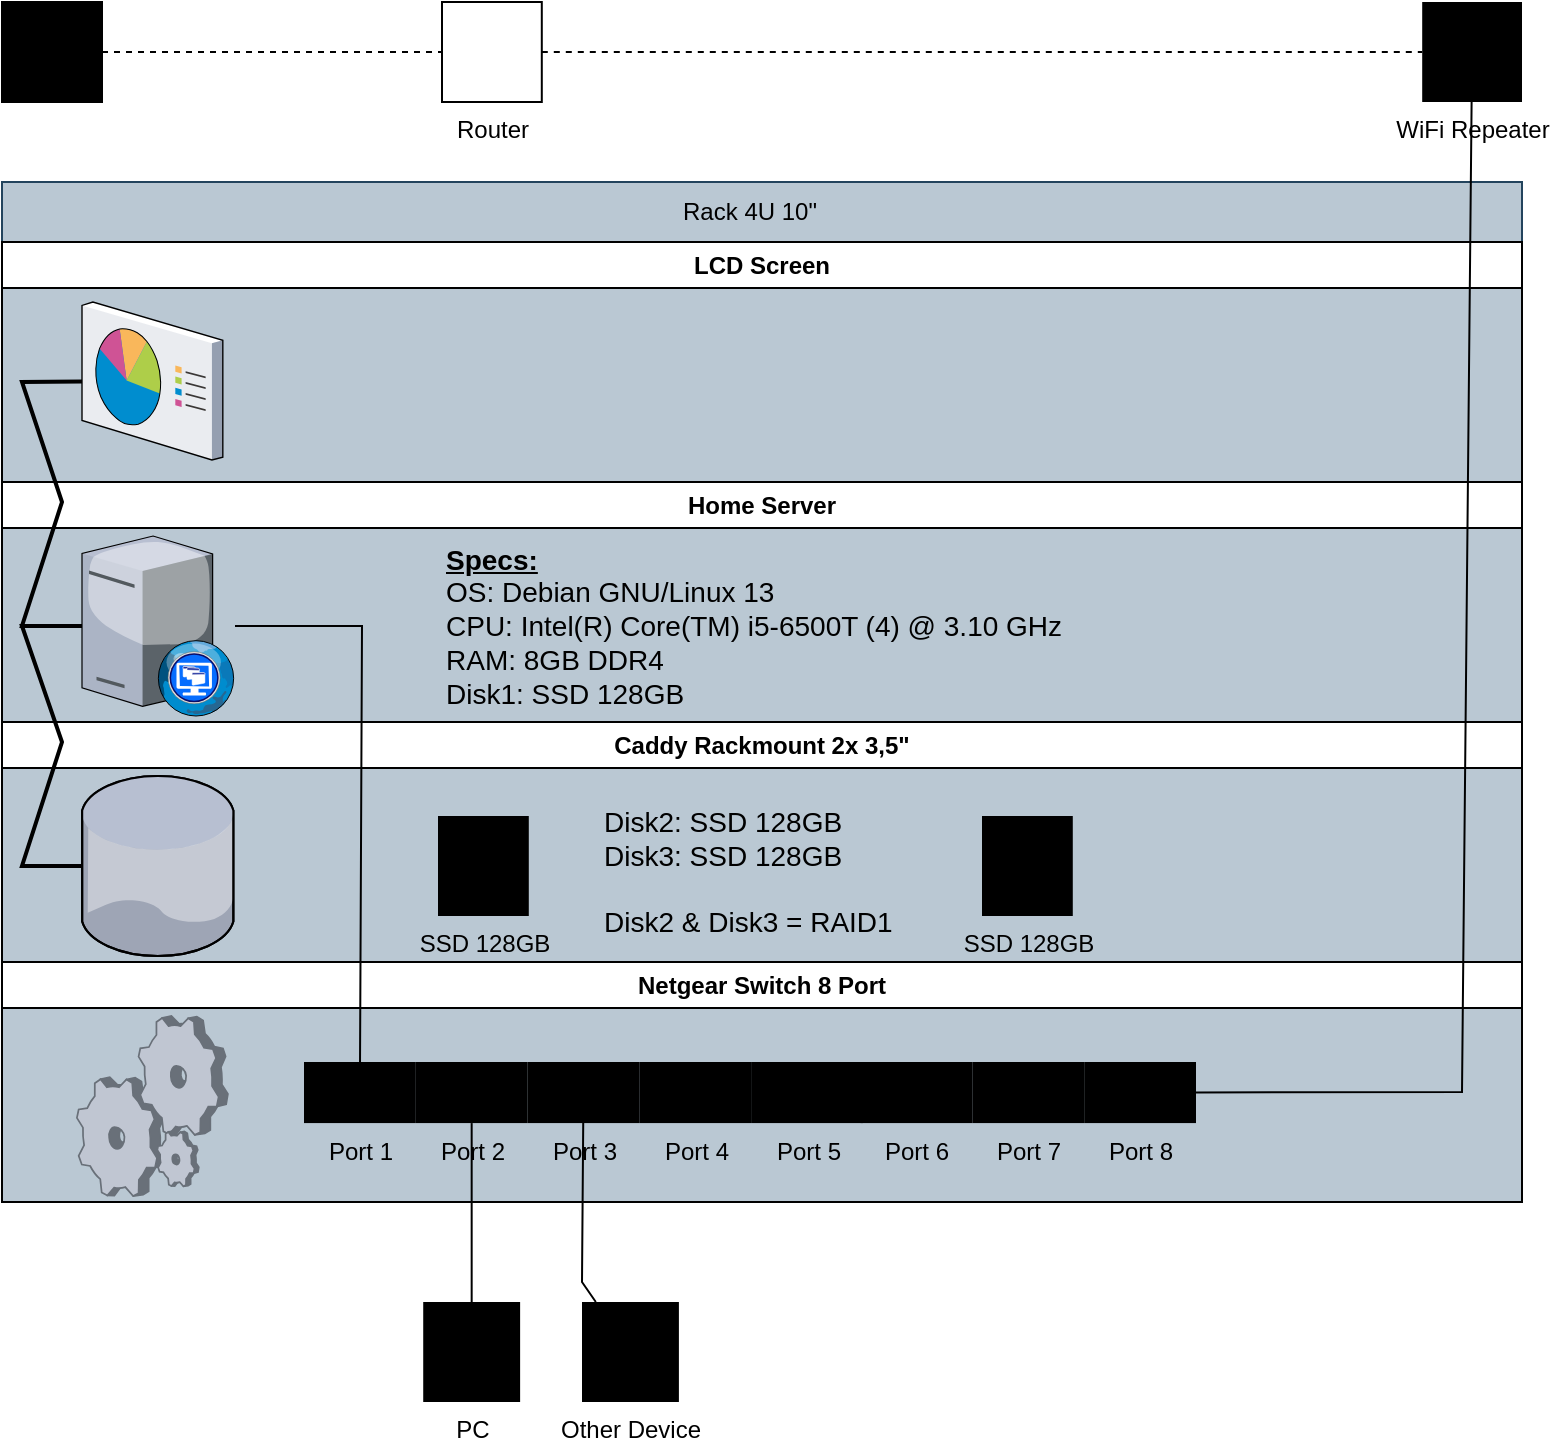
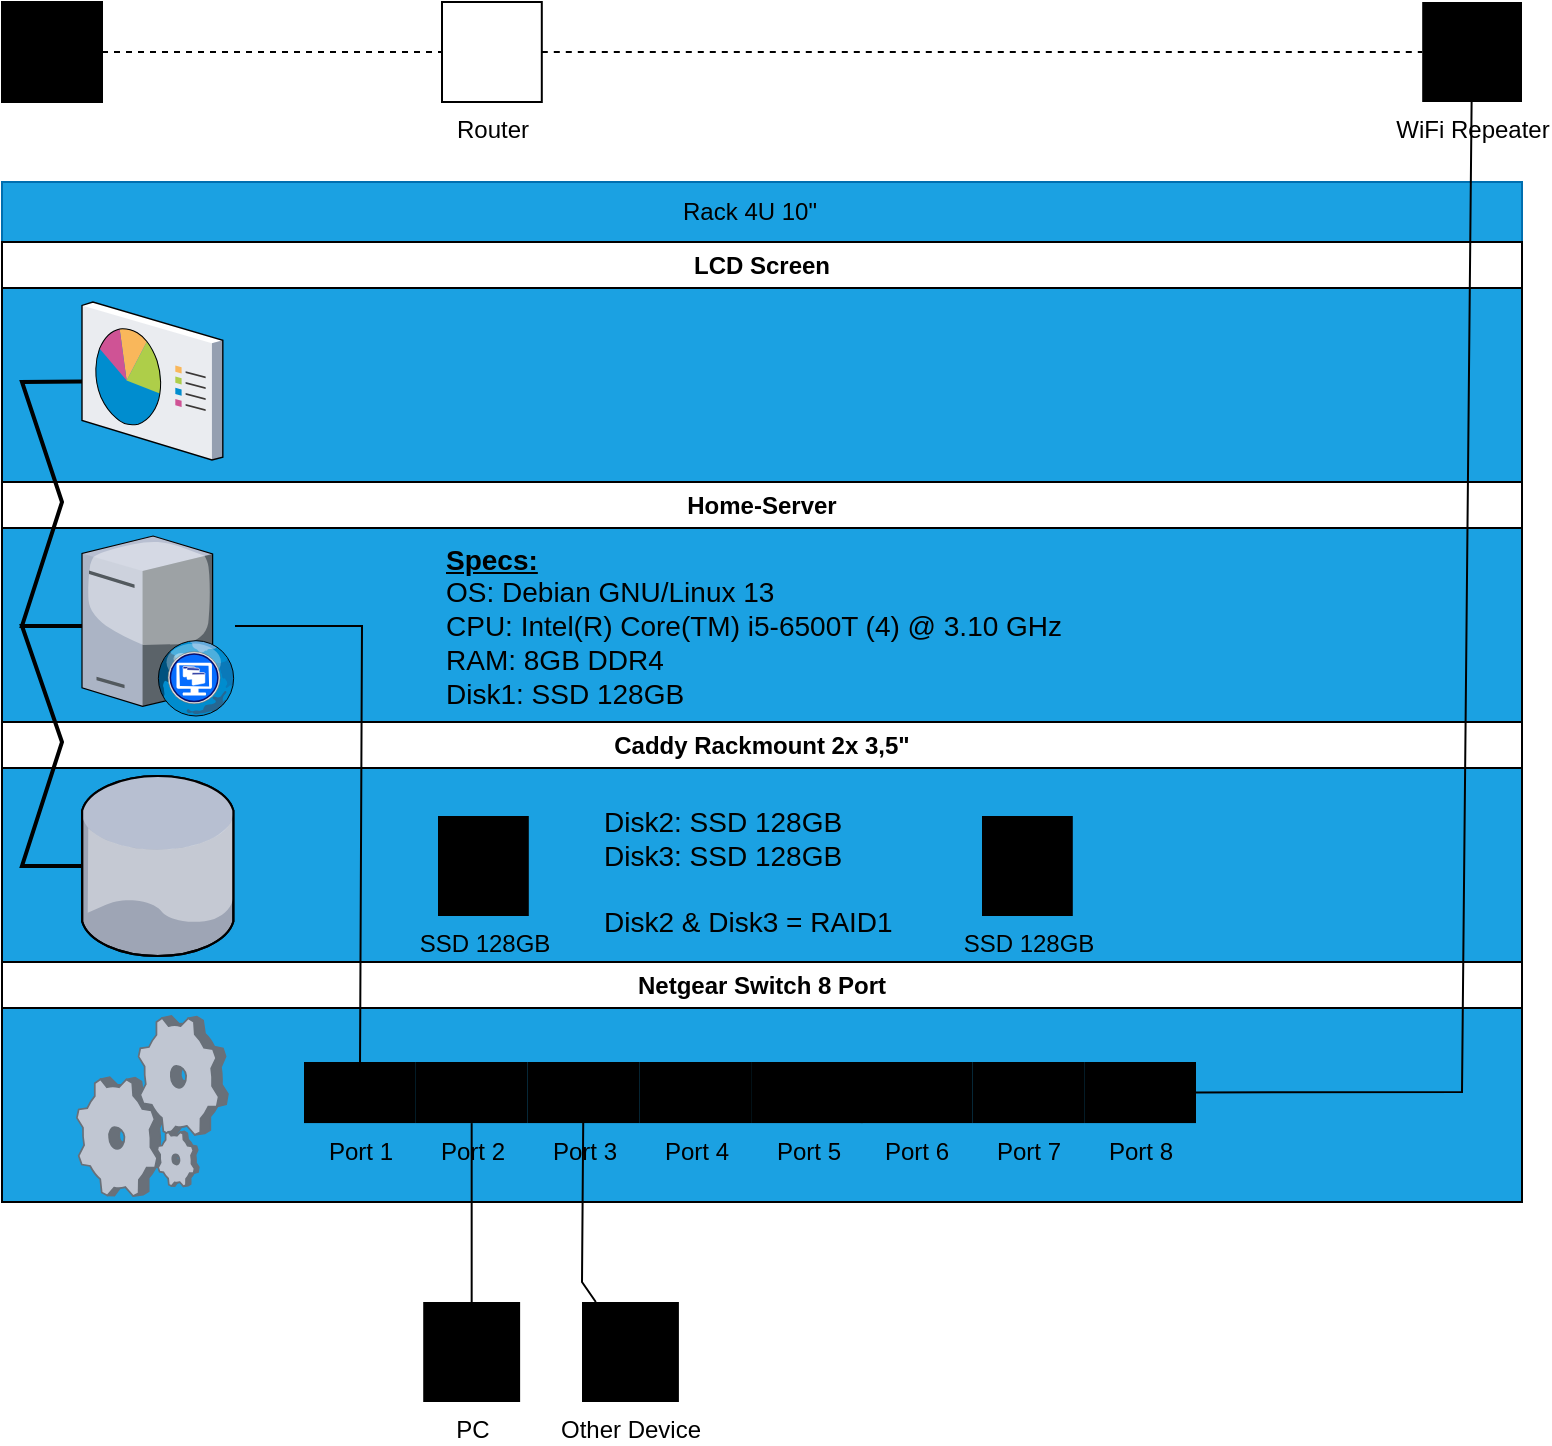
<mxfile host="app.diagrams.net">
  <diagram name="Seite-1" id="EqzyQA0b708fJJy2Lk0X">
-     <mxGraphModel dx="2175" dy="1174" grid="1" gridSize="10" guides="1" tooltips="1" connect="1" arrows="1" fold="1" page="1" pageScale="1" pageWidth="827" pageHeight="1169" math="0" shadow="0">
+     <mxGraphModel dx="1798" dy="976" grid="1" gridSize="10" guides="1" tooltips="1" connect="1" arrows="1" fold="1" page="1" pageScale="1" pageWidth="827" pageHeight="1169" math="0" shadow="0">
      <root>
        <mxCell id="0" />
        <mxCell id="1" parent="0" />
-         <mxCell id="S-QM1ZO3rgH9bVEyRy9v-1" parent="1" style="rounded=0;whiteSpace=wrap;html=1;fillColor=#bac8d3;strokeColor=#23445d;" value="" vertex="1">
+         <mxCell id="S-QM1ZO3rgH9bVEyRy9v-1" parent="1" style="rounded=0;whiteSpace=wrap;html=1;fillColor=#1ba1e2;strokeColor=#006EAF;fontColor=#ffffff;" value="" vertex="1">
          <mxGeometry height="510" width="760" x="40" y="410" as="geometry" />
        </mxCell>
        <mxCell id="S-QM1ZO3rgH9bVEyRy9v-3" parent="1" style="sketch=0;verticalLabelPosition=bottom;sketch=0;aspect=fixed;html=1;verticalAlign=top;align=center;outlineConnect=0;pointerEvents=1;shape=mxgraph.citrix2.wifi_router;" value="Router" vertex="1">
          <mxGeometry height="50" width="49.9" x="260" y="320" as="geometry" />
        </mxCell>
        <mxCell id="S-QM1ZO3rgH9bVEyRy9v-4" parent="1" style="sketch=0;verticalLabelPosition=bottom;sketch=0;aspect=fixed;html=1;verticalAlign=top;strokeColor=light-dark(transparent,#FFFFFF);fillColor=#000000;align=center;outlineConnect=0;pointerEvents=1;shape=mxgraph.citrix2.wifi_router;" value="WiFi Repeater" vertex="1">
          <mxGeometry height="50" width="49.9" x="750.1" y="320" as="geometry" />
        </mxCell>
        <mxCell id="S-QM1ZO3rgH9bVEyRy9v-15" connectable="0" parent="1" style="group" value="" vertex="1">
          <mxGeometry height="50" width="446" x="191" y="850" as="geometry" />
        </mxCell>
        <mxCell id="S-QM1ZO3rgH9bVEyRy9v-5" parent="S-QM1ZO3rgH9bVEyRy9v-15" style="sketch=0;verticalLabelPosition=bottom;sketch=0;aspect=fixed;html=1;verticalAlign=top;strokeColor=none;fillColor=#000000;align=center;outlineConnect=0;pointerEvents=1;shape=mxgraph.citrix2.bridge;" value="Port 1" vertex="1">
          <mxGeometry height="30.538145363408525" width="55.88972431077694" as="geometry" />
        </mxCell>
        <mxCell id="S-QM1ZO3rgH9bVEyRy9v-6" parent="S-QM1ZO3rgH9bVEyRy9v-15" style="sketch=0;verticalLabelPosition=bottom;sketch=0;aspect=fixed;html=1;verticalAlign=top;strokeColor=none;fillColor=#000000;align=center;outlineConnect=0;pointerEvents=1;shape=mxgraph.citrix2.bridge;" value="Port 2" vertex="1">
          <mxGeometry height="30.538145363408525" width="55.88972431077694" x="55.88972431077694" as="geometry" />
        </mxCell>
        <mxCell id="S-QM1ZO3rgH9bVEyRy9v-9" parent="S-QM1ZO3rgH9bVEyRy9v-15" style="sketch=0;verticalLabelPosition=bottom;sketch=0;aspect=fixed;html=1;verticalAlign=top;strokeColor=none;fillColor=#000000;align=center;outlineConnect=0;pointerEvents=1;shape=mxgraph.citrix2.bridge;" value="Port 3" vertex="1">
          <mxGeometry height="30.538145363408525" width="55.88972431077694" x="111.77944862155388" as="geometry" />
        </mxCell>
        <mxCell id="S-QM1ZO3rgH9bVEyRy9v-10" parent="S-QM1ZO3rgH9bVEyRy9v-15" style="sketch=0;verticalLabelPosition=bottom;sketch=0;aspect=fixed;html=1;verticalAlign=top;strokeColor=none;fillColor=#000000;align=center;outlineConnect=0;pointerEvents=1;shape=mxgraph.citrix2.bridge;" value="Port 4" vertex="1">
          <mxGeometry height="30.538145363408525" width="55.88972431077694" x="167.66917293233084" as="geometry" />
        </mxCell>
        <mxCell id="S-QM1ZO3rgH9bVEyRy9v-11" parent="S-QM1ZO3rgH9bVEyRy9v-15" style="sketch=0;verticalLabelPosition=bottom;sketch=0;aspect=fixed;html=1;verticalAlign=top;strokeColor=none;fillColor=#000000;align=center;outlineConnect=0;pointerEvents=1;shape=mxgraph.citrix2.bridge;" value="Port 5" vertex="1">
          <mxGeometry height="30.538145363408525" width="55.88972431077694" x="223.55889724310777" as="geometry" />
        </mxCell>
        <mxCell id="S-QM1ZO3rgH9bVEyRy9v-12" parent="S-QM1ZO3rgH9bVEyRy9v-15" style="sketch=0;verticalLabelPosition=bottom;sketch=0;aspect=fixed;html=1;verticalAlign=top;strokeColor=none;fillColor=#000000;align=center;outlineConnect=0;pointerEvents=1;shape=mxgraph.citrix2.bridge;" value="Port 6" vertex="1">
          <mxGeometry height="30.538145363408525" width="55.88972431077694" x="278.3308270676692" as="geometry" />
        </mxCell>
        <mxCell id="S-QM1ZO3rgH9bVEyRy9v-13" parent="S-QM1ZO3rgH9bVEyRy9v-15" style="sketch=0;verticalLabelPosition=bottom;sketch=0;aspect=fixed;html=1;verticalAlign=top;strokeColor=none;fillColor=#000000;align=center;outlineConnect=0;pointerEvents=1;shape=mxgraph.citrix2.bridge;" value="Port 7" vertex="1">
          <mxGeometry height="30.538145363408525" width="55.88972431077694" x="334.22055137844615" as="geometry" />
        </mxCell>
        <mxCell id="S-QM1ZO3rgH9bVEyRy9v-14" parent="S-QM1ZO3rgH9bVEyRy9v-15" style="sketch=0;verticalLabelPosition=bottom;sketch=0;aspect=fixed;html=1;verticalAlign=top;strokeColor=none;fillColor=#000000;align=center;outlineConnect=0;pointerEvents=1;shape=mxgraph.citrix2.bridge;" value="Port 8" vertex="1">
          <mxGeometry height="30.538145363408525" width="55.88972431077694" x="390.1102756892231" as="geometry" />
        </mxCell>
        <mxCell id="S-QM1ZO3rgH9bVEyRy9v-16" parent="1" style="swimlane;whiteSpace=wrap;html=1;" value="Netgear Switch 8 Port" vertex="1">
          <mxGeometry height="120" width="760" x="40" y="800" as="geometry">
            <mxRectangle height="30" width="120" x="40" y="800" as="alternateBounds" />
          </mxGeometry>
        </mxCell>
        <mxCell id="S-QM1ZO3rgH9bVEyRy9v-28" parent="S-QM1ZO3rgH9bVEyRy9v-16" style="verticalLabelPosition=bottom;sketch=0;aspect=fixed;html=1;verticalAlign=top;strokeColor=none;align=center;outlineConnect=0;shape=mxgraph.citrix.process;" value="" vertex="1">
          <mxGeometry height="90" width="75.49" x="37.46" y="27" as="geometry" />
        </mxCell>
        <mxCell id="S-QM1ZO3rgH9bVEyRy9v-17" parent="1" style="swimlane;whiteSpace=wrap;html=1;" value="Caddy Rackmount&amp;nbsp;2x 3,5&quot;" vertex="1">
          <mxGeometry height="120" width="760" x="40" y="680" as="geometry">
            <mxRectangle height="30" width="180" x="40" y="680" as="alternateBounds" />
          </mxGeometry>
        </mxCell>
        <mxCell id="S-QM1ZO3rgH9bVEyRy9v-29" parent="S-QM1ZO3rgH9bVEyRy9v-17" style="verticalLabelPosition=bottom;sketch=0;aspect=fixed;html=1;verticalAlign=top;strokeColor=none;align=center;outlineConnect=0;shape=mxgraph.citrix.database;" value="" vertex="1">
          <mxGeometry height="90" width="76.5" x="40" y="27" as="geometry" />
        </mxCell>
        <mxCell id="S-QM1ZO3rgH9bVEyRy9v-44" parent="S-QM1ZO3rgH9bVEyRy9v-17" style="sketch=0;verticalLabelPosition=bottom;sketch=0;aspect=fixed;html=1;verticalAlign=top;strokeColor=light-dark(transparent,#FFFFFF);fillColor=#000000;align=center;outlineConnect=0;pointerEvents=1;shape=mxgraph.citrix2.site_database;" value="SSD 128GB" vertex="1">
          <mxGeometry height="50" width="45.395" x="218" y="47" as="geometry" />
        </mxCell>
        <mxCell id="S-QM1ZO3rgH9bVEyRy9v-45" parent="S-QM1ZO3rgH9bVEyRy9v-17" style="sketch=0;verticalLabelPosition=bottom;sketch=0;aspect=fixed;html=1;verticalAlign=top;strokeColor=light-dark(transparent,#FFFFFF);fillColor=#000000;align=center;outlineConnect=0;pointerEvents=1;shape=mxgraph.citrix2.site_database;" value="SSD 128GB" vertex="1">
          <mxGeometry height="50" width="45.395" x="490" y="47" as="geometry" />
        </mxCell>
        <mxCell id="S-QM1ZO3rgH9bVEyRy9v-55" parent="S-QM1ZO3rgH9bVEyRy9v-17" style="text;html=1;whiteSpace=wrap;strokeColor=none;fillColor=none;align=left;verticalAlign=middle;rounded=0;" value="&lt;div align=&quot;left&quot;&gt;&lt;font style=&quot;font-size: 14px;&quot;&gt;Disk2: SSD 128GB&lt;br&gt;Disk3: SSD 128GB&lt;br&gt;&lt;br&gt;Disk2 &amp;amp; Disk3 = RAID1&lt;/font&gt;&lt;/div&gt;" vertex="1">
          <mxGeometry height="90" width="150" x="299" y="30" as="geometry" />
        </mxCell>
-         <mxCell id="S-QM1ZO3rgH9bVEyRy9v-18" parent="1" style="swimlane;whiteSpace=wrap;html=1;" value="Home Server" vertex="1">
+         <mxCell id="S-QM1ZO3rgH9bVEyRy9v-18" parent="1" style="swimlane;whiteSpace=wrap;html=1;" value="Home-Server" vertex="1">
          <mxGeometry height="120" width="760" x="40" y="560" as="geometry">
            <mxRectangle height="30" width="110" x="40" y="560" as="alternateBounds" />
          </mxGeometry>
        </mxCell>
        <mxCell id="S-QM1ZO3rgH9bVEyRy9v-27" parent="S-QM1ZO3rgH9bVEyRy9v-18" style="verticalLabelPosition=bottom;sketch=0;aspect=fixed;html=1;verticalAlign=top;strokeColor=none;align=center;outlineConnect=0;shape=mxgraph.citrix.desktop_web;" value="" vertex="1">
          <mxGeometry height="90" width="76.5" x="40" y="27" as="geometry" />
        </mxCell>
        <mxCell id="S-QM1ZO3rgH9bVEyRy9v-54" parent="S-QM1ZO3rgH9bVEyRy9v-18" style="text;html=1;whiteSpace=wrap;strokeColor=none;fillColor=none;align=left;verticalAlign=middle;rounded=0;" value="&lt;div align=&quot;left&quot;&gt;&lt;font style=&quot;font-size: 14px;&quot;&gt;&lt;b&gt;&lt;u&gt;Specs:&lt;/u&gt;&lt;/b&gt;&lt;br&gt;OS: Debian GNU/Linux 13&lt;br&gt;CPU: Intel(R) Core(TM) i5-6500T (4) @ 3.10 GHz&lt;br&gt;RAM: 8GB DDR4&lt;br&gt;&lt;/font&gt;&lt;font style=&quot;font-size: 14px;&quot;&gt;Disk1: SSD 128GB&lt;/font&gt;&lt;/div&gt;" vertex="1">
          <mxGeometry height="96" width="320" x="220" y="24" as="geometry" />
        </mxCell>
        <mxCell id="S-QM1ZO3rgH9bVEyRy9v-19" parent="1" style="swimlane;whiteSpace=wrap;html=1;" value="LCD Screen" vertex="1">
          <mxGeometry height="120" width="760" x="40" y="440" as="geometry">
            <mxRectangle height="30" width="110" x="40" y="440" as="alternateBounds" />
          </mxGeometry>
        </mxCell>
        <mxCell id="S-QM1ZO3rgH9bVEyRy9v-30" parent="S-QM1ZO3rgH9bVEyRy9v-19" style="verticalLabelPosition=bottom;sketch=0;aspect=fixed;html=1;verticalAlign=top;strokeColor=none;align=center;outlineConnect=0;shape=mxgraph.citrix.reporting;" value="" vertex="1">
          <mxGeometry height="79" width="70.41" x="40" y="30" as="geometry" />
        </mxCell>
        <mxCell id="S-QM1ZO3rgH9bVEyRy9v-31" parent="1" style="sketch=0;verticalLabelPosition=bottom;sketch=0;aspect=fixed;html=1;verticalAlign=top;strokeColor=light-dark(#000000,#3333FF);fillColor=#000000;align=center;outlineConnect=0;pointerEvents=1;shape=mxgraph.citrix2.internet;" value="" vertex="1">
          <mxGeometry height="50" width="50" x="40" y="320" as="geometry" />
        </mxCell>
        <mxCell id="S-QM1ZO3rgH9bVEyRy9v-32" parent="1" style="sketch=0;verticalLabelPosition=bottom;sketch=0;aspect=fixed;html=1;verticalAlign=top;strokeColor=none;fillColor=#000000;align=center;outlineConnect=0;pointerEvents=1;shape=mxgraph.citrix2.external_users;" value="Other Device" vertex="1">
          <mxGeometry height="50" width="48.449999999999996" x="330" y="970" as="geometry" />
        </mxCell>
        <mxCell id="S-QM1ZO3rgH9bVEyRy9v-33" parent="1" style="sketch=0;verticalLabelPosition=bottom;sketch=0;aspect=fixed;html=1;verticalAlign=top;strokeColor=none;fillColor=#000000;align=center;outlineConnect=0;pointerEvents=1;shape=mxgraph.citrix2.external_users;" value="PC" vertex="1">
          <mxGeometry height="50" width="48.449999999999996" x="250.61" y="970" as="geometry" />
        </mxCell>
        <mxCell id="S-QM1ZO3rgH9bVEyRy9v-35" edge="1" parent="1" source="S-QM1ZO3rgH9bVEyRy9v-31" style="endArrow=none;dashed=1;html=1;rounded=0;strokeColor=light-dark(#000000,#33FF33);" target="S-QM1ZO3rgH9bVEyRy9v-3" value="">
          <mxGeometry height="50" relative="1" width="50" as="geometry">
            <Array as="points" />
            <mxPoint x="300" y="630" as="sourcePoint" />
            <mxPoint x="350" y="580" as="targetPoint" />
          </mxGeometry>
        </mxCell>
        <mxCell id="S-QM1ZO3rgH9bVEyRy9v-37" edge="1" parent="1" source="S-QM1ZO3rgH9bVEyRy9v-14" style="endArrow=none;html=1;rounded=0;strokeColor=light-dark(#000000,#33FF33);" target="S-QM1ZO3rgH9bVEyRy9v-4" value="">
          <mxGeometry height="50" relative="1" width="50" as="geometry">
            <Array as="points">
              <mxPoint x="770" y="865" />
            </Array>
            <mxPoint x="680" y="390" as="sourcePoint" />
            <mxPoint x="730" y="340" as="targetPoint" />
          </mxGeometry>
        </mxCell>
        <mxCell id="S-QM1ZO3rgH9bVEyRy9v-38" edge="1" parent="1" source="S-QM1ZO3rgH9bVEyRy9v-5" style="endArrow=none;html=1;rounded=0;strokeColor=light-dark(#000000,#33FF33);" target="S-QM1ZO3rgH9bVEyRy9v-27" value="">
          <mxGeometry height="50" relative="1" width="50" as="geometry">
            <Array as="points">
              <mxPoint x="220" y="632" />
            </Array>
            <mxPoint x="500" y="660" as="sourcePoint" />
            <mxPoint x="550" y="610" as="targetPoint" />
          </mxGeometry>
        </mxCell>
        <mxCell id="S-QM1ZO3rgH9bVEyRy9v-39" edge="1" parent="1" source="S-QM1ZO3rgH9bVEyRy9v-3" style="endArrow=none;dashed=1;html=1;rounded=0;strokeColor=light-dark(#000000,#33FF33);" target="S-QM1ZO3rgH9bVEyRy9v-4" value="">
          <mxGeometry height="50" relative="1" width="50" as="geometry">
            <mxPoint x="500" y="660" as="sourcePoint" />
            <mxPoint x="550" y="610" as="targetPoint" />
          </mxGeometry>
        </mxCell>
        <mxCell id="S-QM1ZO3rgH9bVEyRy9v-40" edge="1" parent="1" source="S-QM1ZO3rgH9bVEyRy9v-30" style="endArrow=none;html=1;strokeWidth=2;rounded=0;strokeColor=light-dark(#000000,#0000FF);" target="S-QM1ZO3rgH9bVEyRy9v-27" value="">
          <mxGeometry height="50" relative="1" width="50" as="geometry">
            <Array as="points">
              <mxPoint x="50" y="510" />
              <mxPoint x="70" y="570" />
              <mxPoint x="50" y="632" />
            </Array>
            <mxPoint x="500" y="660" as="sourcePoint" />
            <mxPoint x="550" y="610" as="targetPoint" />
          </mxGeometry>
        </mxCell>
        <mxCell id="S-QM1ZO3rgH9bVEyRy9v-41" edge="1" parent="1" source="S-QM1ZO3rgH9bVEyRy9v-27" style="endArrow=none;html=1;strokeWidth=2;rounded=0;strokeColor=light-dark(#000000,#0000FF);" target="S-QM1ZO3rgH9bVEyRy9v-29" value="">
          <mxGeometry height="50" relative="1" width="50" as="geometry">
            <Array as="points">
              <mxPoint x="50" y="632" />
              <mxPoint x="70" y="690" />
              <mxPoint x="50" y="752" />
            </Array>
            <mxPoint x="69.4" y="650" as="sourcePoint" />
            <mxPoint x="70.4" y="765" as="targetPoint" />
          </mxGeometry>
        </mxCell>
        <mxCell id="S-QM1ZO3rgH9bVEyRy9v-42" edge="1" parent="1" source="S-QM1ZO3rgH9bVEyRy9v-6" style="endArrow=none;html=1;rounded=0;strokeColor=light-dark(#000000,#33FF33);" target="S-QM1ZO3rgH9bVEyRy9v-33" value="">
          <mxGeometry height="50" relative="1" width="50" as="geometry">
            <mxPoint x="220" y="700" as="sourcePoint" />
            <mxPoint x="270" y="650" as="targetPoint" />
          </mxGeometry>
        </mxCell>
        <mxCell id="S-QM1ZO3rgH9bVEyRy9v-43" edge="1" parent="1" source="S-QM1ZO3rgH9bVEyRy9v-9" style="endArrow=none;html=1;rounded=0;strokeColor=light-dark(#000000,#33FF33);" target="S-QM1ZO3rgH9bVEyRy9v-32" value="">
          <mxGeometry height="50" relative="1" width="50" as="geometry">
            <Array as="points">
              <mxPoint x="330" y="960" />
            </Array>
            <mxPoint x="220" y="700" as="sourcePoint" />
            <mxPoint x="270" y="650" as="targetPoint" />
          </mxGeometry>
        </mxCell>
        <mxCell id="S-QM1ZO3rgH9bVEyRy9v-56" parent="1" style="text;html=1;whiteSpace=wrap;strokeColor=none;fillColor=none;align=center;verticalAlign=middle;rounded=0;" value="Rack 4U 10&quot;" vertex="1">
          <mxGeometry height="30" width="116" x="356" y="410" as="geometry" />
        </mxCell>
      </root>
    </mxGraphModel>
  </diagram>
</mxfile>
